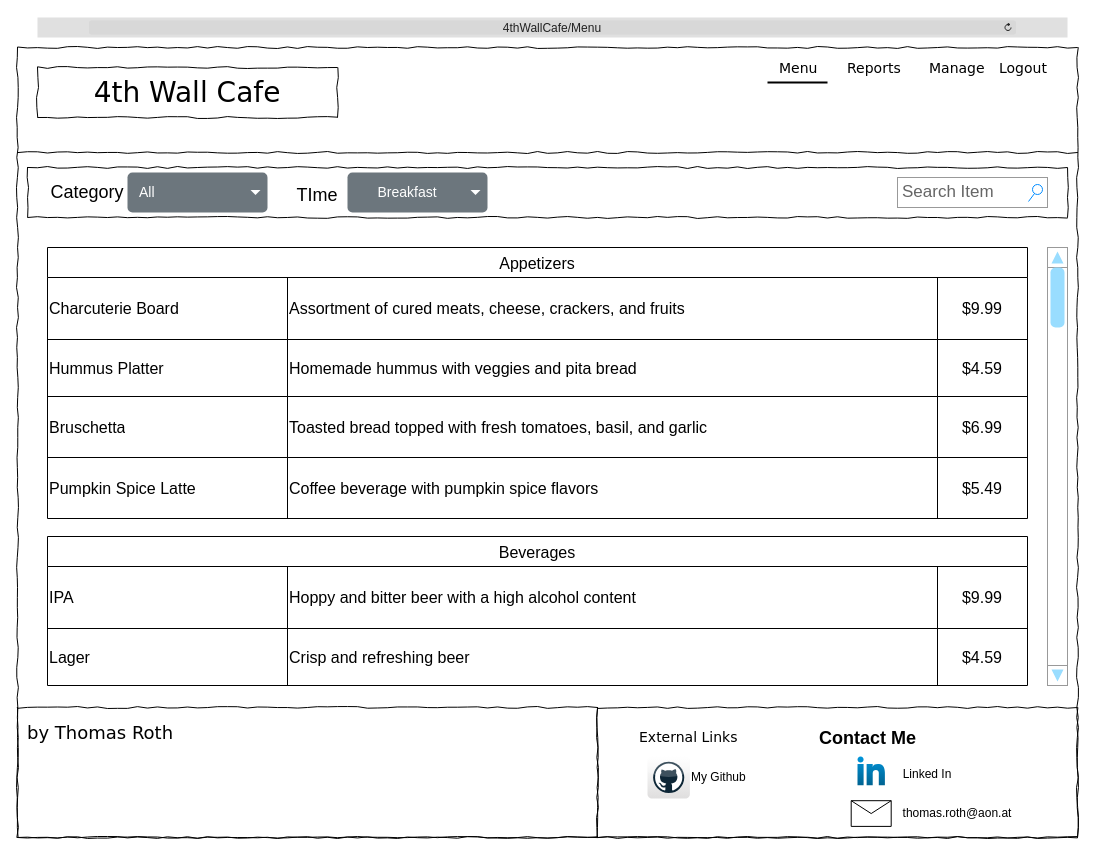
The draw.io diagram WF_MainMenu.drawio in TRed91/4thWallCafe, before the edit. Source tidied: cells renumbered, new cells numbered last; positions are measured from the earlier drawing's top-left corner, leaving out a move shared by most shapes. Both pictures are drawn from the tidied source at 100%, with x=0, y=0 at pixel (17, 17).
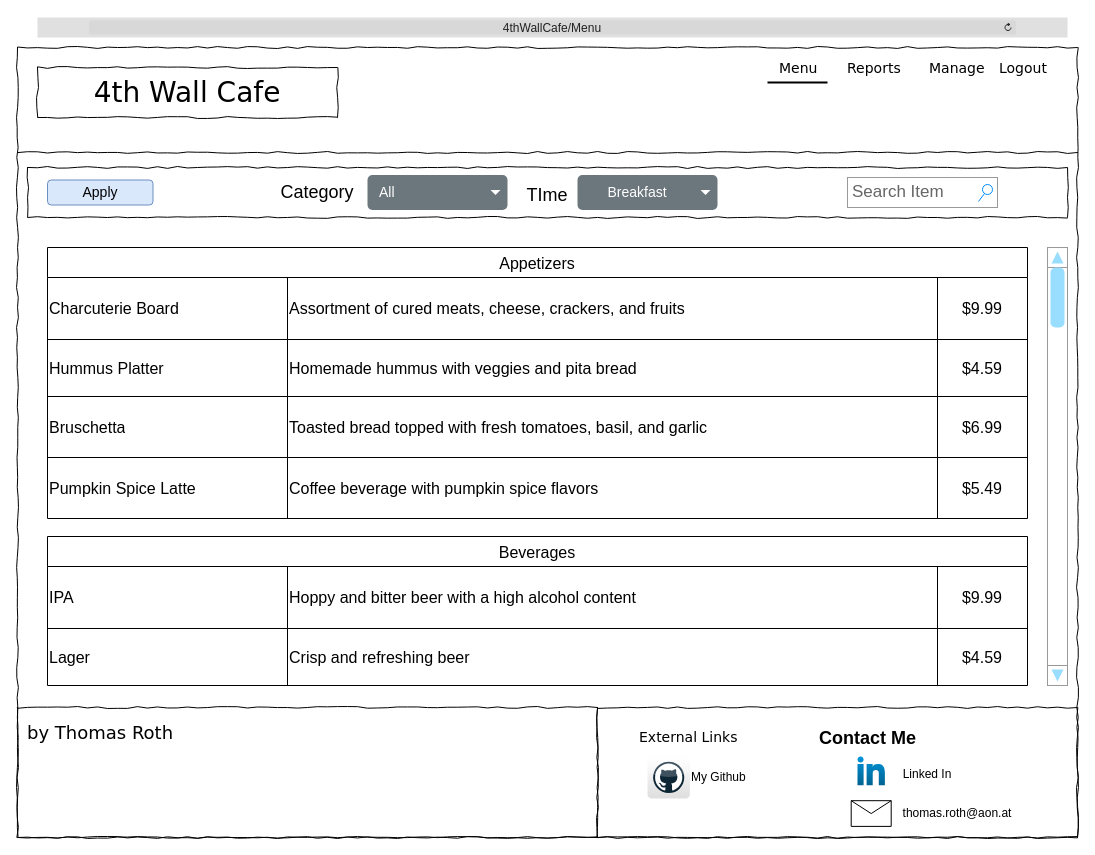
Above is the later version.

Diff of the diagram source:
```diff
@@
     <mxCell id="13" value="All" style="html=1;shadow=0;dashed=0;shape=mxgraph.bootstrap.rrect;rSize=5;strokeColor=none;strokeWidth=1;fillColor=#6C767D;fontColor=#ffffff;whiteSpace=wrap;align=left;verticalAlign=middle;fontStyle=0;fontSize=14;spacingLeft=10;" parent="1" vertex="1">
-      <mxGeometry x="110" y="155" width="140" height="40" as="geometry" />
+      <mxGeometry x="350" y="157.5" width="140" height="35" as="geometry" />
     </mxCell>
@@
     <mxCell id="15" value="Search Item" style="strokeWidth=1;shadow=0;dashed=0;align=center;html=1;shape=mxgraph.mockup.forms.searchBox;strokeColor=#999999;mainText=;strokeColor2=#008cff;fontColor=#666666;fontSize=17;align=left;spacingLeft=3;whiteSpace=wrap;" parent="1" vertex="1">
-      <mxGeometry x="880" y="160" width="150" height="30" as="geometry" />
+      <mxGeometry x="830" y="160" width="150" height="30" as="geometry" />
     </mxCell>
@@
     <mxCell id="40" value="Breakfast" style="html=1;shadow=0;dashed=0;shape=mxgraph.bootstrap.rrect;rSize=5;strokeColor=none;strokeWidth=1;fillColor=#6C767D;fontColor=#ffffff;whiteSpace=wrap;align=center;verticalAlign=middle;fontStyle=0;fontSize=14;spacingRight=20;" parent="1" vertex="1">
-      <mxGeometry x="330" y="155" width="140" height="40" as="geometry" />
+      <mxGeometry x="560" y="157.5" width="140" height="35" as="geometry" />
     </mxCell>
@@
     <mxCell id="42" value="&lt;span style=&quot;font-size: 18px;&quot;&gt;TIme&lt;/span&gt;" style="text;html=1;strokeColor=none;fillColor=none;align=center;verticalAlign=middle;whiteSpace=wrap;overflow=hidden;" parent="1" vertex="1">
-      <mxGeometry x="260" y="165" width="80" height="20" as="geometry" />
+      <mxGeometry x="490" y="165" width="80" height="20" as="geometry" />
     </mxCell>
     <mxCell id="43" value="&lt;font style=&quot;font-size: 18px;&quot;&gt;Category&lt;/font&gt;" style="text;html=1;align=center;verticalAlign=middle;whiteSpace=wrap;rounded=0;" parent="1" vertex="1">
-      <mxGeometry x="40" y="160" width="60" height="30" as="geometry" />
+      <mxGeometry x="270" y="160" width="60" height="30" as="geometry" />
     </mxCell>
@@
+    <mxCell id="56" value="&lt;span style=&quot;font-size: 14px;&quot;&gt;Apply&lt;/span&gt;" style="rounded=1;html=1;shadow=0;dashed=0;whiteSpace=wrap;fontSize=10;fillColor=#dae8fc;align=center;strokeColor=#6c8ebf;" parent="1" vertex="1">
+      <mxGeometry x="30" y="162.5" width="105.5" height="25" as="geometry" />
+    </mxCell>
```
